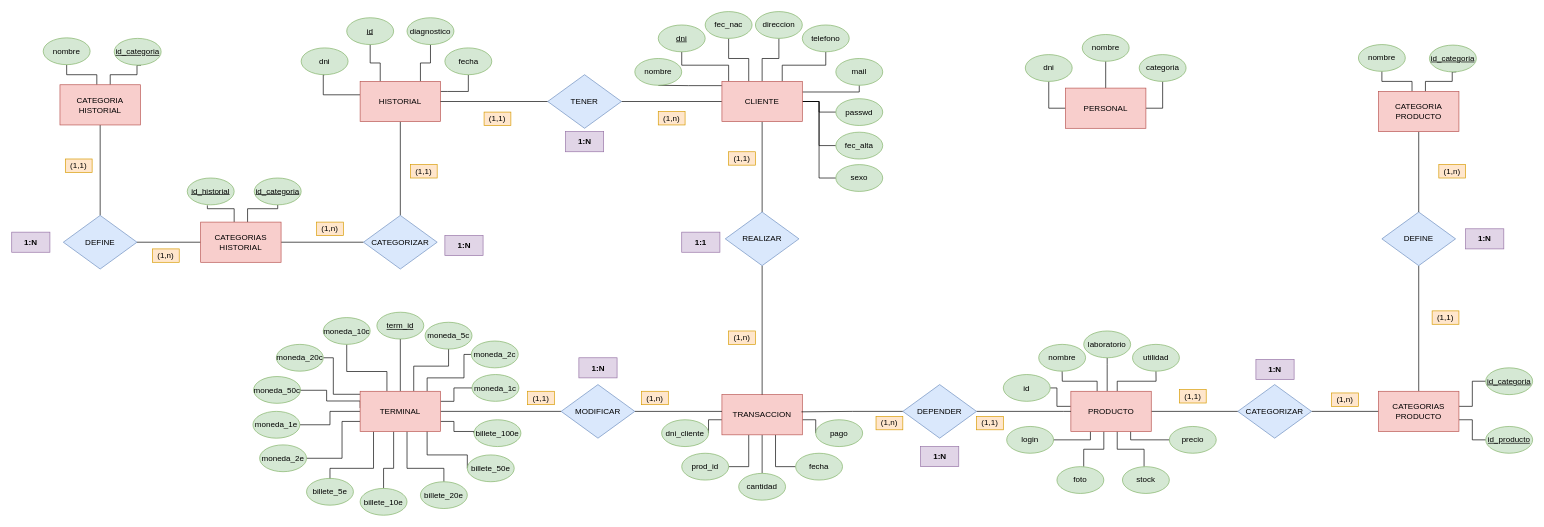
Above: docs/mer.drawio in Universidad-Europea/PharmSquare (draw.io), before the change. Source tidied: cells renumbered, new cells numbered last; positions are measured from the earlier drawing's top-left corner, leaving out a move shared by most shapes. Both pictures are drawn from the tidied source at 67%, with x=0, y=0 at pixel (11, 11).
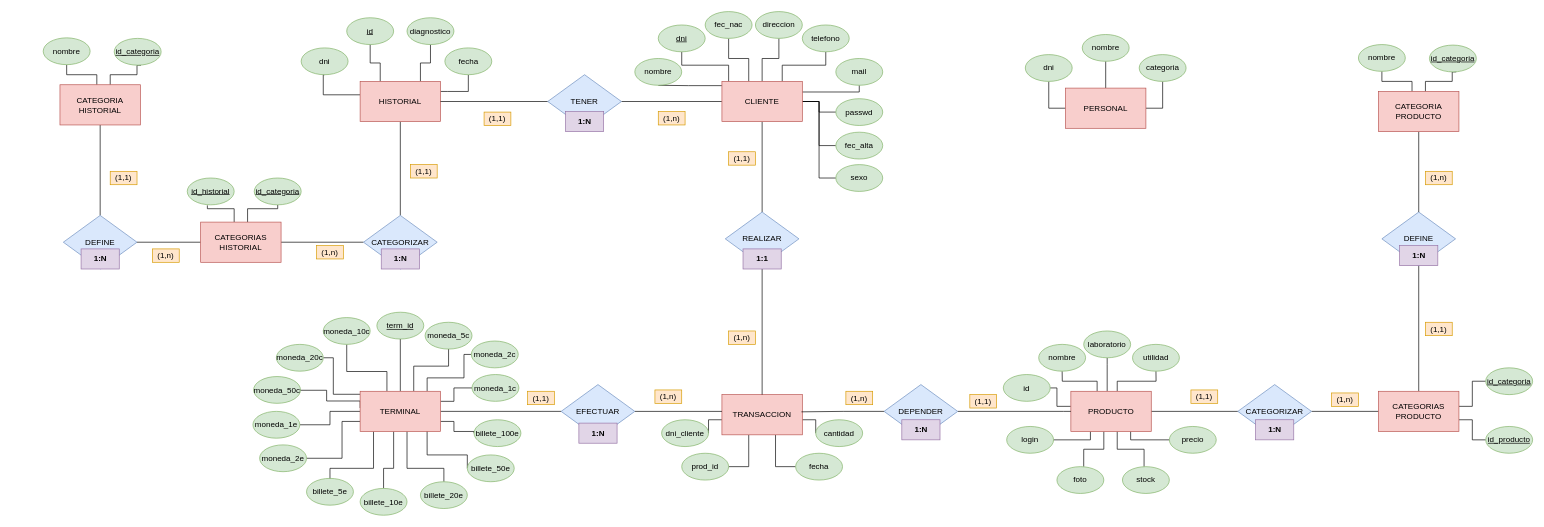
After the change.

Commit message (it also covers changes not shown here):
actualizado con el MER

Unchanged cells that the change refers to:
```xml
<mxCell id="53" value="TRANSACCION" style="rounded=0;whiteSpace=wrap;html=1;strokeColor=#b85450;fillColor=#f8cecc;" parent="1" vertex="1">
  <mxGeometry x="1060" y="571.5" width="120" height="60" as="geometry" />
</mxCell>
```

Diff of the diagram source:
```diff
@@
-    <mxCell id="3" value="&lt;b&gt;1:1&lt;/b&gt;" style="text;html=1;strokeColor=#9673a6;fillColor=#e1d5e7;align=center;verticalAlign=middle;whiteSpace=wrap;rounded=0;" parent="1" vertex="1">
-      <mxGeometry x="1000" y="329" width="57" height="30" as="geometry" />
-    </mxCell>
@@
-    <mxCell id="48" style="edgeStyle=orthogonalEdgeStyle;rounded=0;jettySize=auto;html=1;entryX=0.5;entryY=0;entryDx=0;entryDy=0;endArrow=none;endFill=0;" parent="1" edge="1" source="53" target="91">
-      <mxGeometry relative="1" as="geometry" />
-    </mxCell>
@@
-    <mxCell id="63" value="MODIFICAR" style="rhombus;whiteSpace=wrap;html=1;align=center;fillColor=#dae8fc;strokeColor=#6c8ebf;" parent="1" vertex="1">
+    <mxCell id="63" value="EFECTUAR" style="rhombus;whiteSpace=wrap;html=1;align=center;fillColor=#dae8fc;strokeColor=#6c8ebf;" parent="1" vertex="1">
       <mxGeometry x="820" y="556.5" width="110" height="80" as="geometry" />
     </mxCell>
@@
     <mxCell id="66" value="DEPENDER" style="rhombus;whiteSpace=wrap;html=1;align=center;fillColor=#dae8fc;strokeColor=#6c8ebf;" parent="1" vertex="1">
-      <mxGeometry x="1330" y="556.5" width="110" height="80" as="geometry" />
+      <mxGeometry x="1302" y="556.5" width="110" height="80" as="geometry" />
     </mxCell>
@@
-    <mxCell id="91" value="cantidad" style="ellipse;whiteSpace=wrap;html=1;strokeColor=#82b366;fillColor=#d5e8d4;strokeWidth=1;" parent="1" vertex="1">
-      <mxGeometry x="1085" y="689" width="70" height="40" as="geometry" />
-    </mxCell>
@@
-    <mxCell id="93" value="pago" style="ellipse;whiteSpace=wrap;html=1;strokeColor=#82b366;fillColor=#d5e8d4;strokeWidth=1;" parent="1" vertex="1">
+    <mxCell id="93" value="cantidad" style="ellipse;whiteSpace=wrap;html=1;strokeColor=#82b366;fillColor=#d5e8d4;strokeWidth=1;" parent="1" vertex="1">
       <mxGeometry x="1200" y="609" width="70" height="40" as="geometry" />
     </mxCell>
@@
     <mxCell id="108" value="(1,n)" style="text;html=1;strokeColor=#d79b00;fillColor=#ffe6cc;align=center;verticalAlign=middle;whiteSpace=wrap;rounded=0;" parent="1" vertex="1">
-      <mxGeometry x="940" y="566.5" width="40" height="20" as="geometry" />
+      <mxGeometry x="960" y="564.5" width="40" height="20" as="geometry" />
     </mxCell>
@@
     <mxCell id="111" value="(1,n)" style="text;html=1;strokeColor=#d79b00;fillColor=#ffe6cc;align=center;verticalAlign=middle;whiteSpace=wrap;rounded=0;" parent="1" vertex="1">
-      <mxGeometry x="1290" y="604" width="40" height="20" as="geometry" />
+      <mxGeometry x="1245" y="566.5" width="40" height="20" as="geometry" />
     </mxCell>
     <mxCell id="112" value="(1,1)" style="text;html=1;strokeColor=#d79b00;fillColor=#ffe6cc;align=center;verticalAlign=middle;whiteSpace=wrap;rounded=0;" parent="1" vertex="1">
-      <mxGeometry x="1440" y="604" width="40" height="20" as="geometry" />
+      <mxGeometry x="1430" y="571.5" width="40" height="20" as="geometry" />
     </mxCell>
     <mxCell id="113" value="&lt;b&gt;1:N&lt;/b&gt;" style="text;html=1;strokeColor=#9673a6;fillColor=#e1d5e7;align=center;verticalAlign=middle;whiteSpace=wrap;rounded=0;" parent="1" vertex="1">
-      <mxGeometry x="826.5" y="179" width="57" height="30" as="geometry" />
+      <mxGeometry x="826.5" y="149" width="57" height="30" as="geometry" />
     </mxCell>
     <mxCell id="114" value="&lt;b&gt;1:N&lt;/b&gt;" style="text;html=1;strokeColor=#9673a6;fillColor=#e1d5e7;align=center;verticalAlign=middle;whiteSpace=wrap;rounded=0;" parent="1" vertex="1">
-      <mxGeometry x="846.5" y="516.5" width="57" height="30" as="geometry" />
+      <mxGeometry x="846.5" y="614" width="57" height="30" as="geometry" />
     </mxCell>
     <mxCell id="115" value="&lt;b&gt;1:N&lt;/b&gt;" style="text;html=1;strokeColor=#9673a6;fillColor=#e1d5e7;align=center;verticalAlign=middle;whiteSpace=wrap;rounded=0;" parent="1" vertex="1">
-      <mxGeometry x="1356.5" y="649" width="57" height="30" as="geometry" />
+      <mxGeometry x="1328.5" y="609" width="57" height="30" as="geometry" />
     </mxCell>
@@
     <mxCell id="135" value="&lt;b&gt;1:N&lt;/b&gt;" style="text;html=1;strokeColor=#9673a6;fillColor=#e1d5e7;align=center;verticalAlign=middle;whiteSpace=wrap;rounded=0;" parent="1" vertex="1">
-      <mxGeometry x="646.5" y="334" width="57" height="30" as="geometry" />
+      <mxGeometry x="551.5" y="354" width="57" height="30" as="geometry" />
     </mxCell>
     <mxCell id="136" value="&lt;b&gt;1:N&lt;/b&gt;" style="text;html=1;strokeColor=#9673a6;fillColor=#e1d5e7;align=center;verticalAlign=middle;whiteSpace=wrap;rounded=0;" parent="1" vertex="1">
-      <mxGeometry y="329" width="57" height="30" as="geometry" />
+      <mxGeometry x="103.5" y="354" width="57" height="30" as="geometry" />
     </mxCell>
     <mxCell id="137" value="(1,n)" style="text;html=1;strokeColor=#d79b00;fillColor=#ffe6cc;align=center;verticalAlign=middle;whiteSpace=wrap;rounded=0;" parent="1" vertex="1">
-      <mxGeometry x="455" y="314" width="40" height="20" as="geometry" />
+      <mxGeometry x="455" y="349" width="40" height="20" as="geometry" />
     </mxCell>
     <mxCell id="138" value="(1,1)" style="text;html=1;strokeColor=#d79b00;fillColor=#ffe6cc;align=center;verticalAlign=middle;whiteSpace=wrap;rounded=0;" parent="1" vertex="1">
-      <mxGeometry x="80" y="219.8" width="40" height="20" as="geometry" />
+      <mxGeometry x="147" y="238.2" width="40" height="20" as="geometry" />
     </mxCell>
@@
     <mxCell id="157" value="&lt;b&gt;1:N&lt;/b&gt;" style="text;html=1;strokeColor=#9673a6;fillColor=#e1d5e7;align=center;verticalAlign=middle;whiteSpace=wrap;rounded=0;" parent="1" vertex="1">
-      <mxGeometry x="2170" y="324" width="57" height="30" as="geometry" />
+      <mxGeometry x="2071.5" y="349" width="57" height="30" as="geometry" />
     </mxCell>
     <mxCell id="158" value="&lt;b&gt;1:N&lt;/b&gt;" style="text;html=1;strokeColor=#9673a6;fillColor=#e1d5e7;align=center;verticalAlign=middle;whiteSpace=wrap;rounded=0;" parent="1" vertex="1">
-      <mxGeometry x="1857" y="519" width="57" height="30" as="geometry" />
+      <mxGeometry x="1856.5" y="609" width="57" height="30" as="geometry" />
     </mxCell>
     <mxCell id="159" value="(1,n)" style="text;html=1;strokeColor=#d79b00;fillColor=#ffe6cc;align=center;verticalAlign=middle;whiteSpace=wrap;rounded=0;" parent="1" vertex="1">
-      <mxGeometry x="2130" y="228.2" width="40" height="20" as="geometry" />
+      <mxGeometry x="2110" y="238.2" width="40" height="20" as="geometry" />
     </mxCell>
     <mxCell id="160" value="(1,1)" style="text;html=1;strokeColor=#d79b00;fillColor=#ffe6cc;align=center;verticalAlign=middle;whiteSpace=wrap;rounded=0;" parent="1" vertex="1">
-      <mxGeometry x="2120" y="446.5" width="40" height="20" as="geometry" />
+      <mxGeometry x="2110" y="463.5" width="40" height="20" as="geometry" />
     </mxCell>
     <mxCell id="161" value="(1,1)" style="text;html=1;strokeColor=#d79b00;fillColor=#ffe6cc;align=center;verticalAlign=middle;whiteSpace=wrap;rounded=0;" parent="1" vertex="1">
-      <mxGeometry x="1742.8" y="564" width="40" height="20" as="geometry" />
+      <mxGeometry x="1760" y="564.5" width="40" height="20" as="geometry" />
     </mxCell>
@@
+    <mxCell id="3" value="&lt;b&gt;1:1&lt;/b&gt;" style="text;html=1;strokeColor=#9673a6;fillColor=#e1d5e7;align=center;verticalAlign=middle;whiteSpace=wrap;rounded=0;" parent="1" vertex="1">
+      <mxGeometry x="1091.5" y="354" width="57" height="30" as="geometry" />
+    </mxCell>
```
